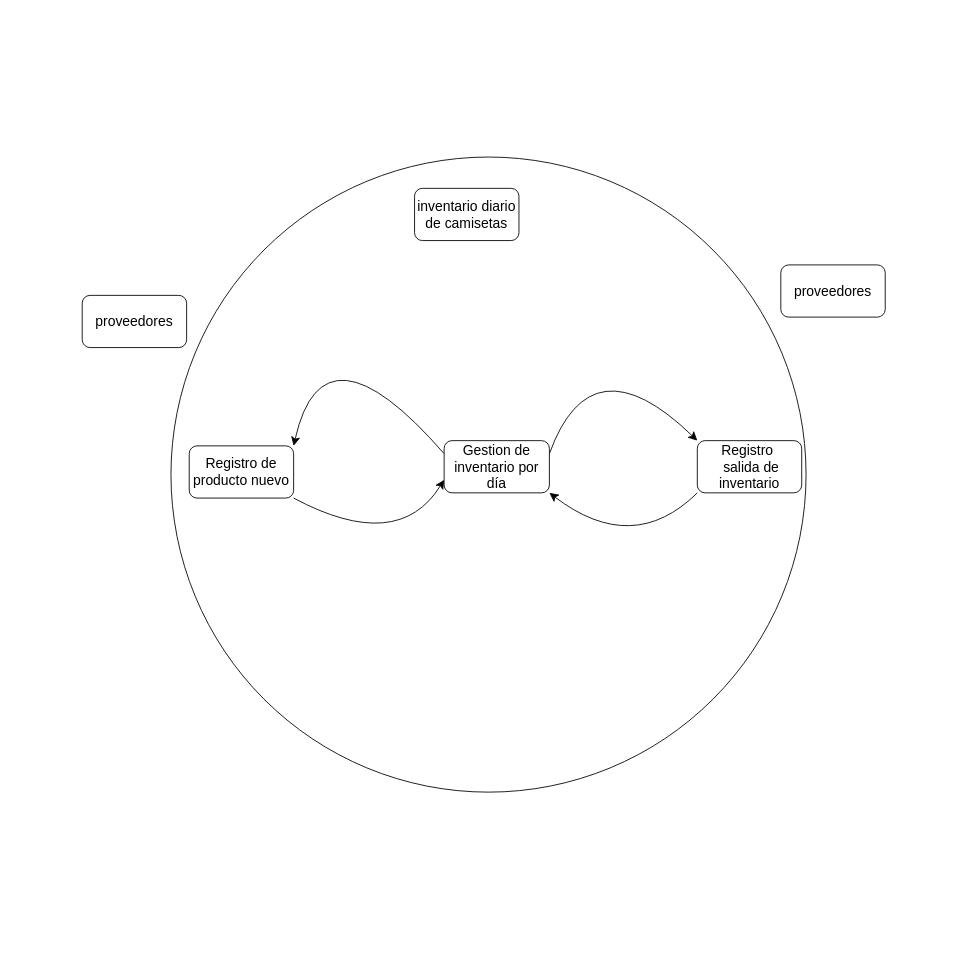
Above: page "Página-2" (2 of 2) of MODELOS DE SIMULACION.drawio in EstebanGitPro/AdminFinanazas (draw.io), before the change. Source tidied: cells renumbered, new cells numbered last; positions are measured from the earlier drawing's top-left corner, leaving out a move shared by most shapes. Both pictures are drawn from the tidied source at 87%, with x=0, y=0 at pixel (82, 157).
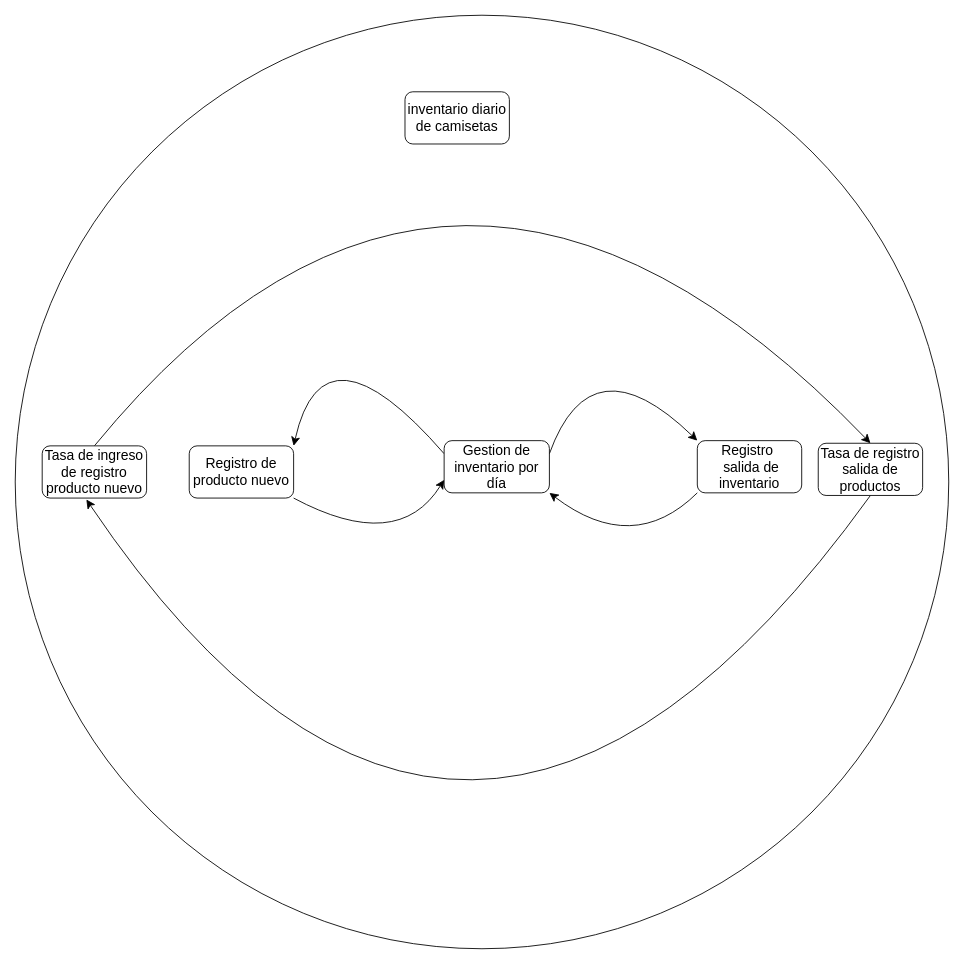
The same page after the edit.

Diff of the diagram source:
```diff
@@
     <mxCell id="2" style="ellipse;whiteSpace=wrap;html=1;fontSize=16;" parent="1" vertex="1">
-      <mxGeometry x="102" width="730" height="730" as="geometry" />
+      <mxGeometry x="-77" y="-163" width="1073" height="1073" as="geometry" />
     </mxCell>
-    <mxCell id="3" value="proveedores" style="rounded=1;whiteSpace=wrap;html=1;fontSize=16;" parent="1" vertex="1">
-      <mxGeometry y="159" width="120" height="60" as="geometry" />
-    </mxCell>
@@
     <mxCell id="11" value="inventario diario de camisetas" style="rounded=1;whiteSpace=wrap;html=1;fontSize=16;" parent="1" vertex="1">
-      <mxGeometry x="382" y="36" width="120" height="60" as="geometry" />
+      <mxGeometry x="371" y="-75" width="120" height="60" as="geometry" />
     </mxCell>
-    <mxCell id="12" value="proveedores" style="rounded=1;whiteSpace=wrap;html=1;fontSize=16;" parent="1" vertex="1">
-      <mxGeometry x="803" y="124" width="120" height="60" as="geometry" />
-    </mxCell>
+    <mxCell id="13" style="edgeStyle=none;curved=1;rounded=0;jettySize=auto;html=1;exitX=0.5;exitY=0;exitDx=0;exitDy=0;entryX=0.5;entryY=0;entryDx=0;entryDy=0;fontSize=12;startSize=8;endSize=8;" parent="1" edge="1" source="14" target="16">
+      <mxGeometry relative="1" as="geometry">
+        <Array as="points">
+          <mxPoint x="425" y="-170" />
+        </Array>
+      </mxGeometry>
+    </mxCell>
+    <mxCell id="14" value="Tasa de ingreso de registro producto nuevo" style="rounded=1;whiteSpace=wrap;html=1;fontSize=16;" parent="1" vertex="1">
+      <mxGeometry x="-46" y="332" width="120" height="60" as="geometry" />
+    </mxCell>
+    <mxCell id="15" style="edgeStyle=none;curved=1;rounded=0;jettySize=auto;html=1;exitX=0.5;exitY=1;exitDx=0;exitDy=0;entryX=0.423;entryY=1.027;entryDx=0;entryDy=0;entryPerimeter=0;fontSize=12;startSize=8;endSize=8;" parent="1" edge="1" source="16" target="14">
+      <mxGeometry relative="1" as="geometry">
+        <Array as="points">
+          <mxPoint x="439" y="1037" />
+        </Array>
+      </mxGeometry>
+    </mxCell>
+    <mxCell id="16" value="Tasa de registro salida de productos" style="rounded=1;whiteSpace=wrap;html=1;fontSize=16;" parent="1" vertex="1">
+      <mxGeometry x="846" y="329" width="120" height="60" as="geometry" />
+    </mxCell>
```
